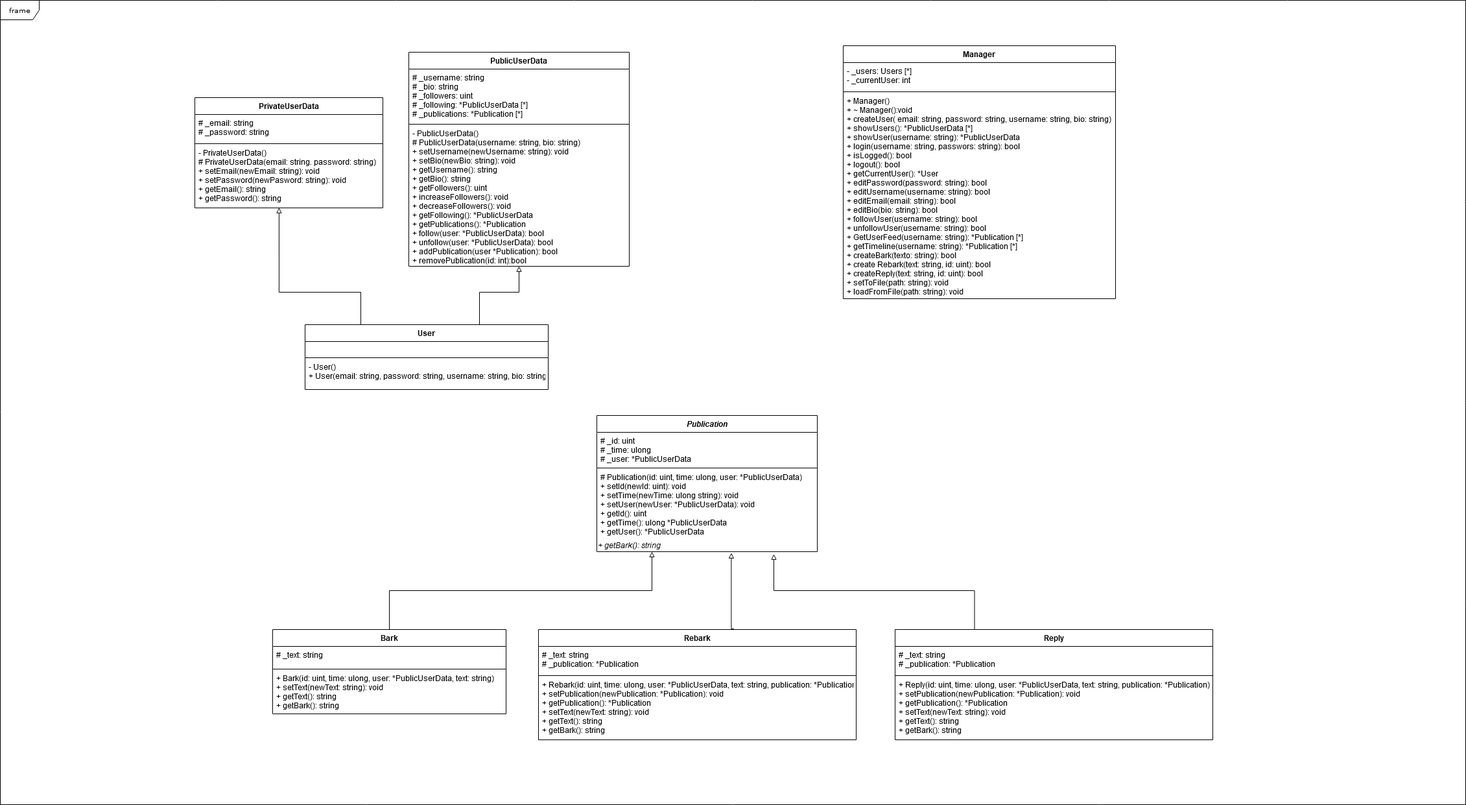
metroid2010/inf-industrial-project keeps this draw.io diagram as docs/UMLDiagram_Proyecto.png. Above is the earlier version. Source tidied: cells renumbered, new cells last; positions are measured from the earlier drawing's top-left corner, leaving out a move shared by most shapes.
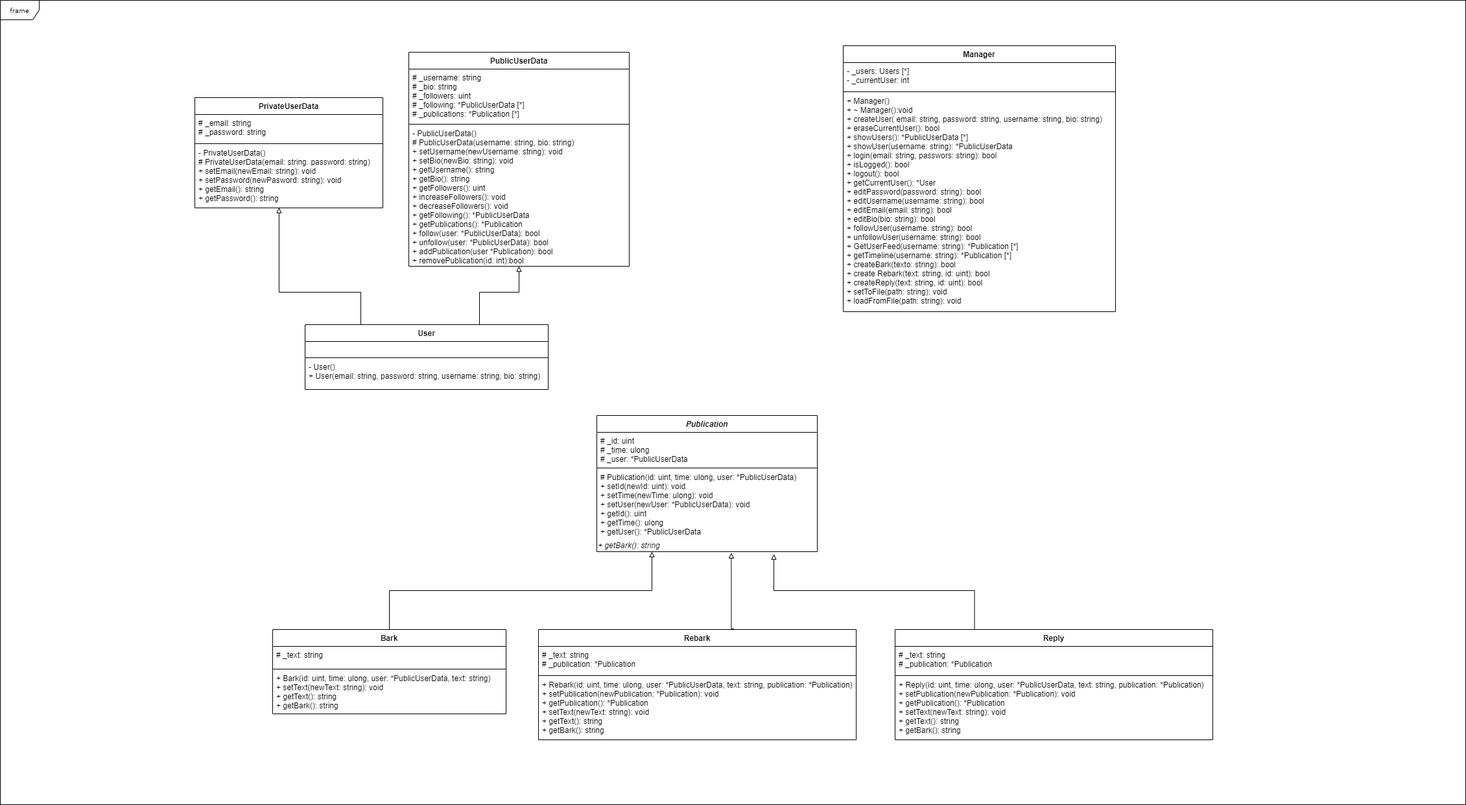
Later version of the same file.

Commit message:
Cambios métodos de Manager

Método login()
Método eraseUser()

Change to the diagram source:
```diff
@@ -105,14 +105,14 @@
     <mxCell id="30" style="line;strokeWidth=1;fillColor=none;align=left;verticalAlign=middle;spacingTop=-1;spacingLeft=3;spacingRight=3;labelPosition=right;" parent="28" vertex="1">
       <mxGeometry y="80" width="340" height="2" as="geometry" />
     </mxCell>
-    <mxCell id="31" value="# Publication(id: uint, time: ulong, user: *PublicUserData)&#10;+ setId(newId: uint): void&#10;+ setTime(newTime: ulong string): void&#10;+ setUser(newUser: *PublicUserData): void&#10;+ getId(): uint&#10;+ getTime(): ulong *PublicUserData&#10;+ getUser(): *PublicUserData &#10; &#10;&#10;&#10;" style="text;strokeColor=none;fillColor=none;align=left;verticalAlign=top;spacingLeft=4;spacingRight=4;overflow=hidden;fontStyle=0;" parent="28" vertex="1">
+    <mxCell id="31" value="# Publication(id: uint, time: ulong, user: *PublicUserData)&#10;+ setId(newId: uint): void&#10;+ setTime(newTime: ulong): void&#10;+ setUser(newUser: *PublicUserData): void&#10;+ getId(): uint&#10;+ getTime(): ulong &#10;+ getUser(): *PublicUserData" style="text;strokeColor=none;fillColor=none;align=left;verticalAlign=top;spacingLeft=4;spacingRight=4;overflow=hidden;fontStyle=0;" parent="28" vertex="1">
       <mxGeometry y="82" width="340" height="108" as="geometry" />
     </mxCell>
     <mxCell id="32" value="&lt;span&gt;&lt;i&gt;+ getBark(): string&lt;/i&gt;&lt;/span&gt;" style="text;html=1;strokeColor=none;fillColor=none;align=left;verticalAlign=middle;whiteSpace=wrap;rounded=0;" parent="28" vertex="1">
       <mxGeometry y="190" width="340" height="20" as="geometry" />
     </mxCell>
     <mxCell id="33" value="Manager" style="swimlane;fontStyle=1;align=center;verticalAlign=top;horizontal=1;startSize=26;" parent="1" vertex="1">
-      <mxGeometry x="1300" y="70" width="420" height="390" as="geometry" />
+      <mxGeometry x="1300" y="70" width="420" height="410" as="geometry" />
     </mxCell>
     <mxCell id="34" value="- _users: Users [*]&#10;- _currentUser: int" style="text;strokeColor=none;fillColor=none;align=left;verticalAlign=top;spacingLeft=4;spacingRight=4;overflow=hidden;" parent="33" vertex="1">
       <mxGeometry y="26" width="420" height="44" as="geometry" />
@@ -120,8 +120,8 @@
     <mxCell id="35" style="line;strokeWidth=1;fillColor=none;align=left;verticalAlign=middle;spacingTop=-1;spacingLeft=3;spacingRight=3;labelPosition=right;" parent="33" vertex="1">
       <mxGeometry y="70" width="420" height="2" as="geometry" />
     </mxCell>
-    <mxCell id="36" value="+ Manager()&#10;+ ~ Manager():void&#10;+ createUser( email: string, password: string, username: string, bio: string)&#10;+ showUsers(): *PublicUserData [*]&#10;+ showUser(username: string): *PublicUserData&#10;+ login(username: string, passwors: string): bool&#10;+ isLogged(): bool&#10;+ logout(): bool&#10;+ getCurrentUser(): *User&#10;+ editPassword(password: string): bool&#10;+ editUsername(username: string): bool&#10;+ editEmail(email: string): bool&#10;+ editBio(bio: string): bool&#10;+ followUser(username: string): bool&#10;+ unfollowUser(username: string): bool&#10;+ GetUserFeed(username: string): *Publication [*]&#10;+ getTimeline(username: string): *Publication [*]&#10;+ createBark(texto: string): bool&#10;+ create Rebark(text: string, id: uint): bool&#10;+ createReply(text: string, id: uint): bool&#10;+ setToFile(path: string): void&#10;+ loadFromFile(path: string): void" style="text;strokeColor=none;fillColor=none;align=left;verticalAlign=top;spacingLeft=4;spacingRight=4;overflow=hidden;" parent="33" vertex="1">
-      <mxGeometry y="72" width="420" height="318" as="geometry" />
+    <mxCell id="36" value="+ Manager()&#10;+ ~ Manager():void&#10;+ createUser( email: string, password: string, username: string, bio: string)&#10;+ eraseCurrentUser(): bool&#10;+ showUsers(): *PublicUserData [*]&#10;+ showUser(username: string): *PublicUserData&#10;+ login(email: string, passwors: string): bool&#10;+ isLogged(): bool&#10;+ logout(): bool&#10;+ getCurrentUser(): *User&#10;+ editPassword(password: string): bool&#10;+ editUsername(username: string): bool&#10;+ editEmail(email: string): bool&#10;+ editBio(bio: string): bool&#10;+ followUser(username: string): bool&#10;+ unfollowUser(username: string): bool&#10;+ GetUserFeed(username: string): *Publication [*]&#10;+ getTimeline(username: string): *Publication [*]&#10;+ createBark(texto: string): bool&#10;+ create Rebark(text: string, id: uint): bool&#10;+ createReply(text: string, id: uint): bool&#10;+ setToFile(path: string): void&#10;+ loadFromFile(path: string): void" style="text;strokeColor=none;fillColor=none;align=left;verticalAlign=top;spacingLeft=4;spacingRight=4;overflow=hidden;" parent="33" vertex="1">
+      <mxGeometry y="72" width="420" height="338" as="geometry" />
     </mxCell>
     <mxCell id="37" value="User" style="swimlane;fontStyle=1;align=center;verticalAlign=top;horizontal=1;startSize=26;" parent="1" vertex="1">
       <mxGeometry x="470" y="500" width="375" height="100" as="geometry" />
```
